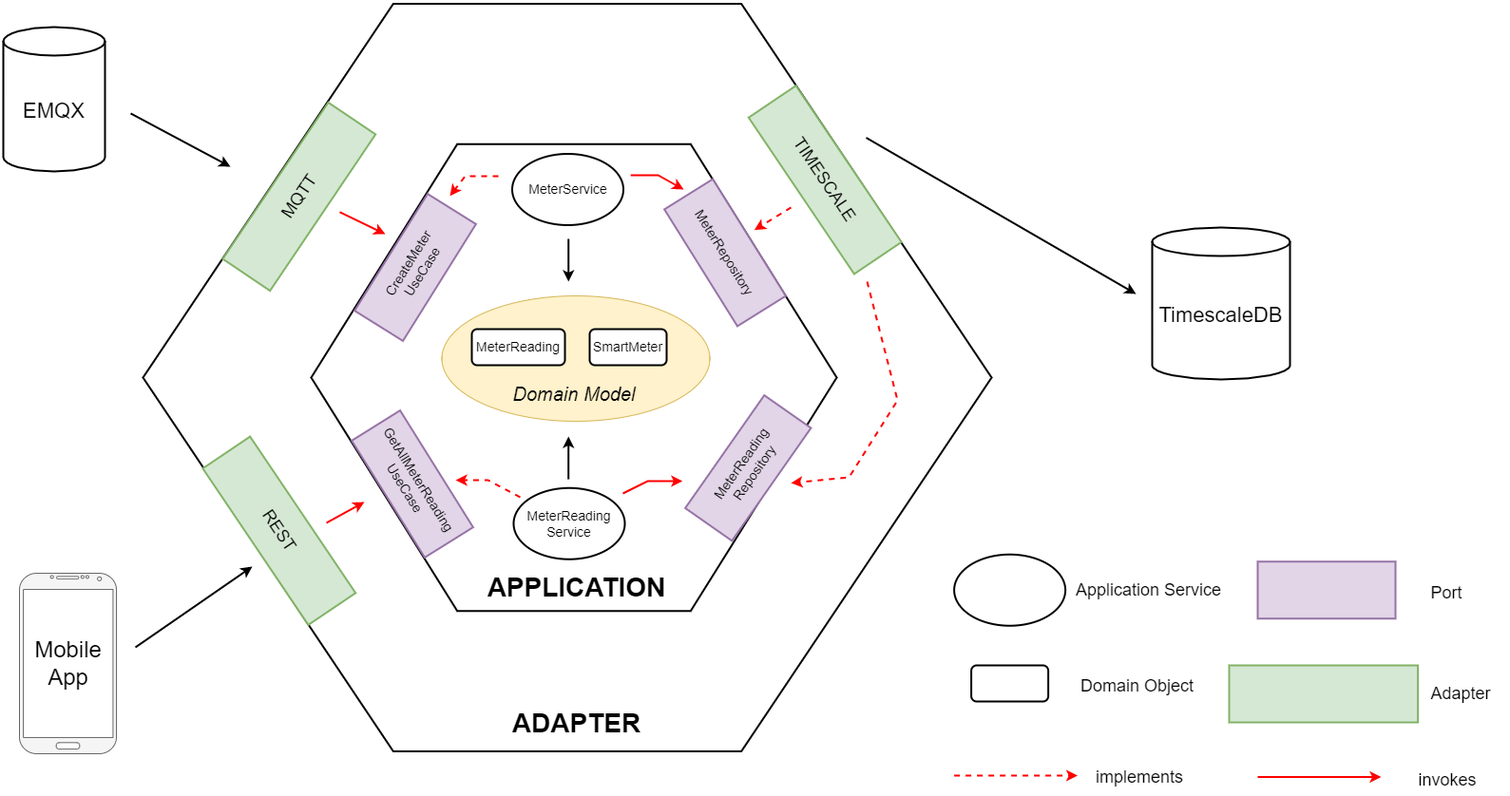
Above: documentation/implementation/images/Smartmeter_Service_Architecture.png in xBlade58/smart-meter-platform-page (draw.io), before the change. Source tidied: cells renumbered, new cells last; positions are measured from the earlier drawing's top-left corner, leaving out a move shared by most shapes. Its diagram source:
```xml
<mxGraphModel>
  <root>
    <mxCell id="0" />
    <mxCell id="1" parent="0" />
    <mxCell id="2" style="shape=hexagon;perimeter=hexagonPerimeter2;whiteSpace=wrap;html=1;fixedSize=1;rounded=0;sketch=0;shadow=0;strokeWidth=2;size=263.3571602957591;" parent="1" vertex="1">
      <mxGeometry x="147" y="-0.5" width="893" height="787" as="geometry" />
    </mxCell>
    <mxCell id="3" style="shape=hexagon;perimeter=hexagonPerimeter2;whiteSpace=wrap;html=1;fixedSize=1;rounded=0;sketch=0;shadow=0;strokeWidth=2;size=153.70588235294127;" parent="1" vertex="1">
      <mxGeometry x="324" y="147.2" width="553" height="491.5" as="geometry" />
    </mxCell>
    <mxCell id="4" value="&lt;font style=&quot;font-size: 14px&quot;&gt;CreateMeter&lt;br&gt;UseCase&lt;/font&gt;" style="rounded=0;whiteSpace=wrap;html=1;shadow=0;sketch=0;strokeWidth=2;rotation=302;labelBorderColor=none;spacing=2;fillColor=#e1d5e7;strokeColor=#9673a6;" parent="1" vertex="1">
      <mxGeometry x="361" y="247" width="145" height="60" as="geometry" />
    </mxCell>
    <mxCell id="5" value="&lt;font style=&quot;font-size: 14px&quot;&gt;MeterRepository&lt;/font&gt;" style="rounded=0;whiteSpace=wrap;html=1;shadow=0;sketch=0;strokeWidth=2;rotation=58;fillColor=#e1d5e7;strokeColor=#9673a6;" parent="1" vertex="1">
      <mxGeometry x="687" y="231.5" width="145" height="60" as="geometry" />
    </mxCell>
    <mxCell id="6" value="&lt;font style=&quot;font-size: 14px&quot;&gt;MeterService&lt;/font&gt;" style="ellipse;whiteSpace=wrap;html=1;strokeWidth=2;" parent="1" vertex="1">
      <mxGeometry x="535.5" y="157.5" width="117" height="75" as="geometry" />
    </mxCell>
    <mxCell id="7" value="&lt;font style=&quot;font-size: 22px&quot;&gt;EMQX&lt;/font&gt;" style="shape=cylinder3;whiteSpace=wrap;html=1;boundedLbl=1;backgroundOutline=1;size=15;strokeWidth=2;" parent="1" vertex="1">
      <mxGeometry y="24" width="107" height="152" as="geometry" />
    </mxCell>
    <mxCell id="8" value="&lt;font style=&quot;font-size: 22px&quot;&gt;TimescaleDB&lt;/font&gt;" style="shape=cylinder3;whiteSpace=wrap;html=1;boundedLbl=1;backgroundOutline=1;size=15;strokeWidth=2;" parent="1" vertex="1">
      <mxGeometry x="1209" y="235" width="145" height="160" as="geometry" />
    </mxCell>
    <mxCell id="9" value="&lt;b&gt;&lt;font style=&quot;font-size: 28px&quot;&gt;APPLICATION&lt;/font&gt;&lt;/b&gt;" style="text;html=1;strokeColor=none;fillColor=none;align=center;verticalAlign=middle;whiteSpace=wrap;rounded=0;fontSize=24;" parent="1" vertex="1">
      <mxGeometry x="495.8" y="593" width="215.5" height="41" as="geometry" />
    </mxCell>
    <mxCell id="10" value="&lt;b&gt;&lt;font style=&quot;font-size: 28px&quot;&gt;ADAPTER&lt;/font&gt;&lt;/b&gt;" style="text;html=1;strokeColor=none;fillColor=none;align=center;verticalAlign=middle;whiteSpace=wrap;rounded=0;fontSize=24;" parent="1" vertex="1">
      <mxGeometry x="495.8" y="736" width="215.5" height="41" as="geometry" />
    </mxCell>
    <mxCell id="11" style="endArrow=classic;html=1;rounded=0;fontSize=26;fontColor=default;strokeWidth=2;" parent="1" edge="1">
      <mxGeometry relative="1" as="geometry">
        <mxPoint x="134" y="114.9" as="sourcePoint" />
        <mxPoint x="239" y="171" as="targetPoint" />
      </mxGeometry>
    </mxCell>
    <mxCell id="12" style="endArrow=classic;html=1;rounded=0;fontSize=26;fontColor=default;strokeWidth=2;strokeColor=#FF0000;" parent="1" edge="1">
      <mxGeometry relative="1" as="geometry">
        <mxPoint x="354" y="218.8" as="sourcePoint" />
        <mxPoint x="402" y="242" as="targetPoint" />
      </mxGeometry>
    </mxCell>
    <mxCell id="13" style="endArrow=classic;html=1;rounded=0;fontSize=26;fontColor=default;exitX=0.264;exitY=0.111;exitDx=0;exitDy=0;exitPerimeter=0;strokeWidth=2;entryX=0.264;entryY=0.111;entryDx=0;entryDy=0;entryPerimeter=0;strokeColor=#FF0000;dashed=1;" parent="1" edge="1" target="3">
      <mxGeometry relative="1" as="geometry">
        <mxPoint x="521.1" y="181" as="sourcePoint" />
        <Array as="points">
          <mxPoint x="486" y="181" />
        </Array>
      </mxGeometry>
    </mxCell>
    <mxCell id="14" style="endArrow=classic;html=1;rounded=0;fontSize=26;fontColor=default;exitX=0.607;exitY=1.03;exitDx=0;exitDy=0;exitPerimeter=0;strokeWidth=2;strokeColor=#FF0000;" parent="1" edge="1">
      <mxGeometry relative="1" as="geometry">
        <mxPoint x="660.2" y="180" as="sourcePoint" />
        <mxPoint x="716" y="195" as="targetPoint" />
        <Array as="points">
          <mxPoint x="689" y="180" />
        </Array>
      </mxGeometry>
    </mxCell>
    <mxCell id="15" style="endArrow=classic;html=1;rounded=0;fontSize=26;fontColor=default;strokeWidth=2;" parent="1" edge="1">
      <mxGeometry relative="1" as="geometry">
        <mxPoint x="594.7" y="247" as="sourcePoint" />
        <mxPoint x="594.7" y="292" as="targetPoint" />
      </mxGeometry>
    </mxCell>
    <mxCell id="16" value="&lt;font style=&quot;font-size: 18px&quot;&gt;Port&lt;/font&gt;" style="text;html=1;strokeColor=none;fillColor=none;align=center;verticalAlign=middle;whiteSpace=wrap;rounded=0;labelBorderColor=none;fontSize=26;fontColor=default;" parent="1" vertex="1">
      <mxGeometry x="1489.4" y="601.8" width="60" height="30" as="geometry" />
    </mxCell>
    <mxCell id="17" style="ellipse;whiteSpace=wrap;html=1;strokeWidth=2;" parent="1" vertex="1">
      <mxGeometry x="1000.6" y="579.2" width="117" height="75" as="geometry" />
    </mxCell>
    <mxCell id="18" value="&lt;font style=&quot;font-size: 18px&quot;&gt;Application Service&lt;/font&gt;" style="text;html=1;strokeColor=none;fillColor=none;align=center;verticalAlign=middle;whiteSpace=wrap;rounded=0;labelBorderColor=none;fontSize=26;fontColor=default;" parent="1" vertex="1">
      <mxGeometry x="1121" y="579.2" width="169" height="68.5" as="geometry" />
    </mxCell>
    <mxCell id="19" style="rounded=1;whiteSpace=wrap;html=1;shadow=0;sketch=0;strokeWidth=2;" parent="1" vertex="1">
      <mxGeometry x="1018.6" y="696" width="81" height="38" as="geometry" />
    </mxCell>
    <mxCell id="20" value="&lt;span style=&quot;font-size: 18px&quot;&gt;Domain Object&lt;br&gt;&lt;/span&gt;" style="text;html=1;strokeColor=none;fillColor=none;align=center;verticalAlign=middle;whiteSpace=wrap;rounded=0;labelBorderColor=none;fontSize=26;fontColor=default;" parent="1" vertex="1">
      <mxGeometry x="1121" y="692.2" width="145" height="45.5" as="geometry" />
    </mxCell>
    <mxCell id="21" style="endArrow=classic;html=1;rounded=0;fontSize=26;fontColor=default;strokeWidth=2;" parent="1" edge="1">
      <mxGeometry relative="1" as="geometry">
        <mxPoint x="908" y="140.5" as="sourcePoint" />
        <mxPoint x="1192" y="305" as="targetPoint" />
      </mxGeometry>
    </mxCell>
    <mxCell id="22" style="verticalLabelPosition=bottom;verticalAlign=top;html=1;shadow=0;dashed=0;strokeWidth=1;shape=mxgraph.android.phone2;labelBorderColor=none;fontSize=24;fillColor=#f5f5f5;fontColor=#333333;strokeColor=#666666;" parent="1" vertex="1">
      <mxGeometry x="17" y="599" width="102" height="190" as="geometry" />
    </mxCell>
    <mxCell id="23" value="Mobile&lt;br&gt;App" style="text;html=1;align=center;verticalAlign=middle;strokeColor=none;fillColor=none;fontSize=24;fontColor=default;" parent="1" vertex="1">
      <mxGeometry x="28" y="663" width="80" height="62" as="geometry" />
    </mxCell>
    <mxCell id="24" style="endArrow=classic;html=1;rounded=0;fontSize=24;fontColor=default;strokeWidth=2;" parent="1" edge="1">
      <mxGeometry relative="1" as="geometry">
        <mxPoint x="139" y="677" as="sourcePoint" />
        <mxPoint x="262" y="592" as="targetPoint" />
      </mxGeometry>
    </mxCell>
    <mxCell id="25" value="&lt;font style=&quot;font-size: 14px&quot;&gt;MeterReading&lt;br&gt;Service&lt;/font&gt;" style="ellipse;whiteSpace=wrap;html=1;strokeWidth=2;" parent="1" vertex="1">
      <mxGeometry x="537" y="509.2" width="117" height="75" as="geometry" />
    </mxCell>
    <mxCell id="26" value="&lt;span style=&quot;font-size: 14px&quot;&gt;GetAllMeterReading&lt;br&gt;UseCase&lt;br&gt;&lt;/span&gt;" style="rounded=0;whiteSpace=wrap;html=1;shadow=0;sketch=0;strokeWidth=2;rotation=58;labelBorderColor=none;spacing=2;fillColor=#e1d5e7;strokeColor=#9673a6;" parent="1" vertex="1">
      <mxGeometry x="358" y="475" width="145" height="60" as="geometry" />
    </mxCell>
    <mxCell id="27" value="&lt;span style=&quot;font-size: 14px&quot;&gt;MeterReading&lt;br&gt;Repository&lt;br&gt;&lt;/span&gt;" style="rounded=0;whiteSpace=wrap;html=1;shadow=0;sketch=0;strokeWidth=2;rotation=-55;labelBorderColor=none;spacing=2;fillColor=#e1d5e7;strokeColor=#9673a6;" parent="1" vertex="1">
      <mxGeometry x="711.2" y="458.2" width="145" height="60" as="geometry" />
    </mxCell>
    <mxCell id="28" style="endArrow=classic;html=1;rounded=0;fontSize=24;fontColor=default;strokeWidth=2;exitX=0.827;exitY=0.184;exitDx=0;exitDy=0;exitPerimeter=0;entryX=0.5;entryY=1;entryDx=0;entryDy=0;strokeColor=#FF0000;dashed=1;" parent="1" edge="1">
      <mxGeometry relative="1" as="geometry">
        <mxPoint x="829" y="213.9" as="sourcePoint" />
        <mxPoint x="790.3" y="237.7" as="targetPoint" />
      </mxGeometry>
    </mxCell>
    <mxCell id="29" style="ellipse;whiteSpace=wrap;html=1;fillColor=#fff2cc;strokeColor=#d6b656;" parent="1" vertex="1">
      <mxGeometry x="461.5" y="307" width="282" height="132" as="geometry" />
    </mxCell>
    <mxCell id="30" style="group;" parent="1" vertex="1">
      <mxGeometry x="493" y="342" width="205" height="38" as="geometry" />
    </mxCell>
    <mxCell id="31" value="&lt;font style=&quot;font-size: 14px&quot;&gt;SmartMeter&lt;/font&gt;" style="rounded=1;whiteSpace=wrap;html=1;shadow=0;sketch=0;strokeWidth=2;" parent="30" vertex="1">
      <mxGeometry x="124" width="81" height="38" as="geometry" />
    </mxCell>
    <mxCell id="32" value="&lt;font style=&quot;font-size: 14px&quot;&gt;MeterReading&lt;/font&gt;" style="rounded=1;whiteSpace=wrap;html=1;shadow=0;sketch=0;strokeWidth=2;" parent="30" vertex="1">
      <mxGeometry width="98" height="38" as="geometry" />
    </mxCell>
    <mxCell id="33" value="&lt;font style=&quot;font-size: 20px&quot;&gt;&lt;i&gt;Domain Model&lt;/i&gt;&lt;/font&gt;" style="text;html=1;strokeColor=none;fillColor=none;align=center;verticalAlign=middle;whiteSpace=wrap;rounded=0;" parent="1" vertex="1">
      <mxGeometry x="522.5" y="395" width="156" height="30" as="geometry" />
    </mxCell>
    <mxCell id="34" style="endArrow=classic;html=1;rounded=0;fontSize=26;fontColor=default;strokeWidth=2;" parent="1" edge="1">
      <mxGeometry relative="1" as="geometry">
        <mxPoint x="594.7" y="500" as="sourcePoint" />
        <mxPoint x="594.7" y="455" as="targetPoint" />
      </mxGeometry>
    </mxCell>
    <mxCell id="35" style="endArrow=classic;html=1;rounded=0;fontSize=26;fontColor=default;strokeWidth=2;strokeColor=#FF0000;dashed=1;" parent="1" edge="1">
      <mxGeometry relative="1" as="geometry">
        <mxPoint x="544" y="519" as="sourcePoint" />
        <mxPoint x="476" y="501" as="targetPoint" />
        <Array as="points">
          <mxPoint x="510" y="501" />
        </Array>
      </mxGeometry>
    </mxCell>
    <mxCell id="36" style="endArrow=classic;html=1;rounded=0;fontSize=26;fontColor=default;strokeWidth=2;strokeColor=#FF0000;" parent="1" edge="1">
      <mxGeometry relative="1" as="geometry">
        <mxPoint x="652" y="515" as="sourcePoint" />
        <mxPoint x="714.8" y="502" as="targetPoint" />
        <Array as="points">
          <mxPoint x="678" y="502" />
        </Array>
      </mxGeometry>
    </mxCell>
    <mxCell id="37" style="endArrow=classic;html=1;rounded=0;fontSize=24;fontColor=default;strokeWidth=2;strokeColor=#FF0000;dashed=1;" parent="1" edge="1">
      <mxGeometry relative="1" as="geometry">
        <mxPoint x="909" y="292" as="sourcePoint" />
        <mxPoint x="829" y="504" as="targetPoint" />
        <Array as="points">
          <mxPoint x="941" y="417" />
          <mxPoint x="890" y="498" />
        </Array>
      </mxGeometry>
    </mxCell>
    <mxCell id="38" style="endArrow=classic;html=1;rounded=0;fontSize=26;fontColor=default;strokeWidth=2;strokeColor=#FF0000;" parent="1" edge="1">
      <mxGeometry relative="1" as="geometry">
        <mxPoint x="1320" y="813.5" as="sourcePoint" />
        <mxPoint x="1450" y="813.5" as="targetPoint" />
      </mxGeometry>
    </mxCell>
    <mxCell id="39" value="&lt;font style=&quot;font-size: 18px&quot;&gt;invokes&lt;/font&gt;" style="text;html=1;strokeColor=none;fillColor=none;align=center;verticalAlign=middle;whiteSpace=wrap;rounded=0;labelBorderColor=none;fontSize=26;fontColor=default;" parent="1" vertex="1">
      <mxGeometry x="1457.5" y="799" width="124" height="30" as="geometry" />
    </mxCell>
    <mxCell id="40" style="endArrow=classic;html=1;rounded=0;fontSize=26;fontColor=default;strokeWidth=2;strokeColor=#FF0000;dashed=1;" parent="1" edge="1">
      <mxGeometry relative="1" as="geometry">
        <mxPoint x="1000.6" y="812" as="sourcePoint" />
        <mxPoint x="1130.6" y="812" as="targetPoint" />
      </mxGeometry>
    </mxCell>
    <mxCell id="41" value="&lt;font style=&quot;font-size: 18px&quot;&gt;implements&lt;/font&gt;" style="text;html=1;strokeColor=none;fillColor=none;align=center;verticalAlign=middle;whiteSpace=wrap;rounded=0;labelBorderColor=none;fontSize=26;fontColor=default;" parent="1" vertex="1">
      <mxGeometry x="1134" y="796" width="124" height="30" as="geometry" />
    </mxCell>
    <mxCell id="42" style="endArrow=classic;html=1;rounded=0;fontSize=26;fontColor=default;strokeWidth=2;strokeColor=#FF0000;exitX=0.5;exitY=0;exitDx=0;exitDy=0;" parent="1" edge="1">
      <mxGeometry relative="1" as="geometry">
        <mxPoint x="340" y="546" as="sourcePoint" />
        <mxPoint x="380" y="524" as="targetPoint" />
      </mxGeometry>
    </mxCell>
    <mxCell id="43" value="&lt;font style=&quot;font-size: 18px&quot;&gt;TIMESCALE&lt;/font&gt;" style="rounded=0;whiteSpace=wrap;html=1;shadow=0;sketch=0;strokeWidth=2;rotation=56;labelBorderColor=none;spacing=2;fillColor=#d5e8d4;strokeColor=#82b366;" parent="1" vertex="1">
      <mxGeometry x="765.4" y="154.8" width="198.6" height="60" as="geometry" />
    </mxCell>
    <mxCell id="44" value="&lt;font style=&quot;font-size: 18px&quot;&gt;REST&lt;/font&gt;" style="rounded=0;whiteSpace=wrap;html=1;shadow=0;sketch=0;strokeWidth=2;rotation=56;labelBorderColor=none;spacing=2;fillColor=#d5e8d4;strokeColor=#82b366;" parent="1" vertex="1">
      <mxGeometry x="191" y="524.2" width="198.6" height="60" as="geometry" />
    </mxCell>
    <mxCell id="45" value="&lt;font style=&quot;font-size: 18px&quot;&gt;MQTT&lt;/font&gt;" style="rounded=0;whiteSpace=wrap;html=1;shadow=0;sketch=0;strokeWidth=2;rotation=304;labelBorderColor=none;spacing=2;fillColor=#d5e8d4;strokeColor=#82b366;direction=east;" parent="1" vertex="1">
      <mxGeometry x="212" y="172.5" width="198.6" height="60" as="geometry" />
    </mxCell>
    <mxCell id="46" style="rounded=0;whiteSpace=wrap;html=1;shadow=0;sketch=0;strokeWidth=2;rotation=0;labelBorderColor=none;spacing=2;fillColor=#d5e8d4;strokeColor=#82b366;" parent="1" vertex="1">
      <mxGeometry x="1290" y="696" width="198.6" height="60" as="geometry" />
    </mxCell>
    <mxCell id="47" value="&lt;span style=&quot;font-size: 14px&quot;&gt;&lt;br&gt;&lt;/span&gt;" style="rounded=0;whiteSpace=wrap;html=1;shadow=0;sketch=0;strokeWidth=2;rotation=0;labelBorderColor=none;spacing=2;fillColor=#e1d5e7;strokeColor=#9673a6;" parent="1" vertex="1">
      <mxGeometry x="1320" y="586.8" width="145" height="60" as="geometry" />
    </mxCell>
    <mxCell id="48" value="&lt;font style=&quot;font-size: 18px&quot;&gt;Adapter&lt;/font&gt;" style="text;html=1;strokeColor=none;fillColor=none;align=center;verticalAlign=middle;whiteSpace=wrap;rounded=0;labelBorderColor=none;fontSize=26;fontColor=default;" parent="1" vertex="1">
      <mxGeometry x="1504" y="707.8" width="60" height="30" as="geometry" />
    </mxCell>
  </root>
</mxGraphModel>
```
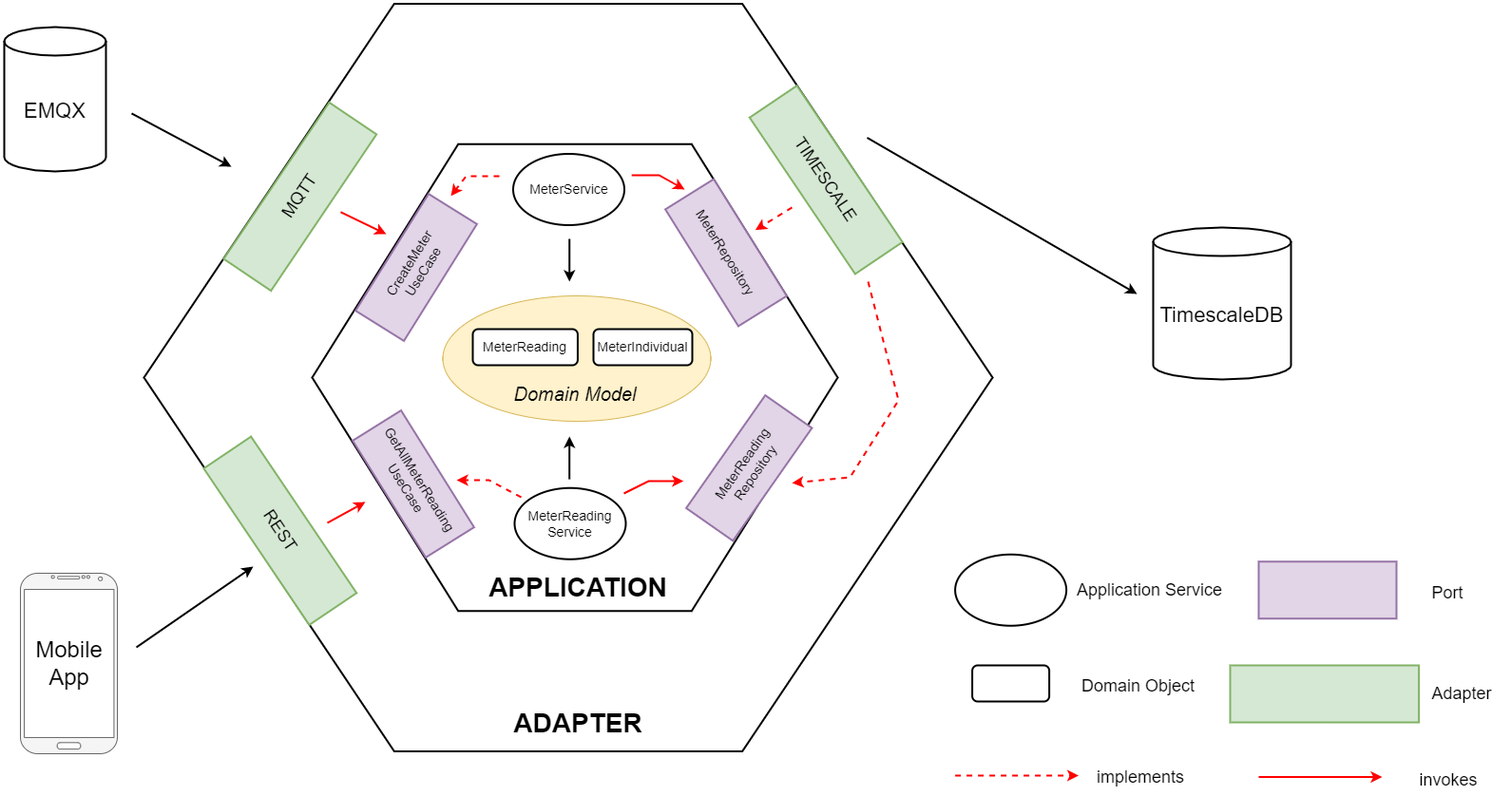
The same file after the commit.

Commit message:
Update hex. arch. image

The edit, as a diff of the source:
```diff
@@ -116,13 +116,13 @@
       <mxGeometry x="461.5" y="307" width="282" height="132" as="geometry" />
     </mxCell>
     <mxCell id="30" style="group;" parent="1" vertex="1">
-      <mxGeometry x="493" y="342" width="205" height="38" as="geometry" />
+      <mxGeometry x="493" y="342" width="231" height="38" as="geometry" />
     </mxCell>
-    <mxCell id="31" value="&lt;font style=&quot;font-size: 14px&quot;&gt;SmartMeter&lt;/font&gt;" style="rounded=1;whiteSpace=wrap;html=1;shadow=0;sketch=0;strokeWidth=2;" parent="30" vertex="1">
-      <mxGeometry x="124" width="81" height="38" as="geometry" />
+    <mxCell id="31" value="&lt;font style=&quot;font-size: 14px&quot;&gt;MeterIndividual&lt;/font&gt;" style="rounded=1;whiteSpace=wrap;html=1;shadow=0;sketch=0;strokeWidth=2;" parent="30" vertex="1">
+      <mxGeometry x="127" width="104" height="38" as="geometry" />
     </mxCell>
     <mxCell id="32" value="&lt;font style=&quot;font-size: 14px&quot;&gt;MeterReading&lt;/font&gt;" style="rounded=1;whiteSpace=wrap;html=1;shadow=0;sketch=0;strokeWidth=2;" parent="30" vertex="1">
-      <mxGeometry width="98" height="38" as="geometry" />
+      <mxGeometry width="110.4" height="38" as="geometry" />
     </mxCell>
     <mxCell id="33" value="&lt;font style=&quot;font-size: 20px&quot;&gt;&lt;i&gt;Domain Model&lt;/i&gt;&lt;/font&gt;" style="text;html=1;strokeColor=none;fillColor=none;align=center;verticalAlign=middle;whiteSpace=wrap;rounded=0;" parent="1" vertex="1">
       <mxGeometry x="522.5" y="395" width="156" height="30" as="geometry" />
```
